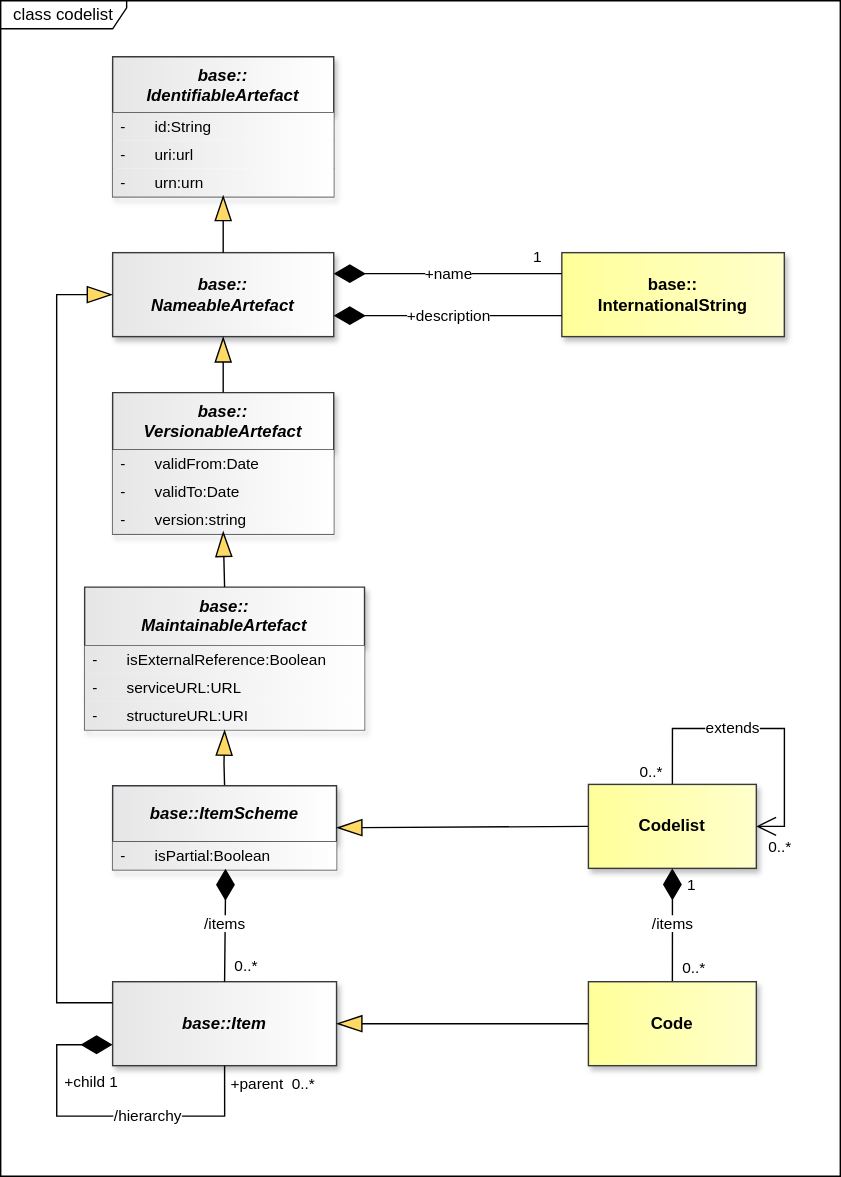
dosse/sdmx-im keeps this draw.io diagram as docs/information_model/media/sdmx_codelist-codelist.svg. Above is the earlier version. Source tidied: cells renumbered, new cells last; positions are measured from the earlier drawing's top-left corner, leaving out a move shared by most shapes.
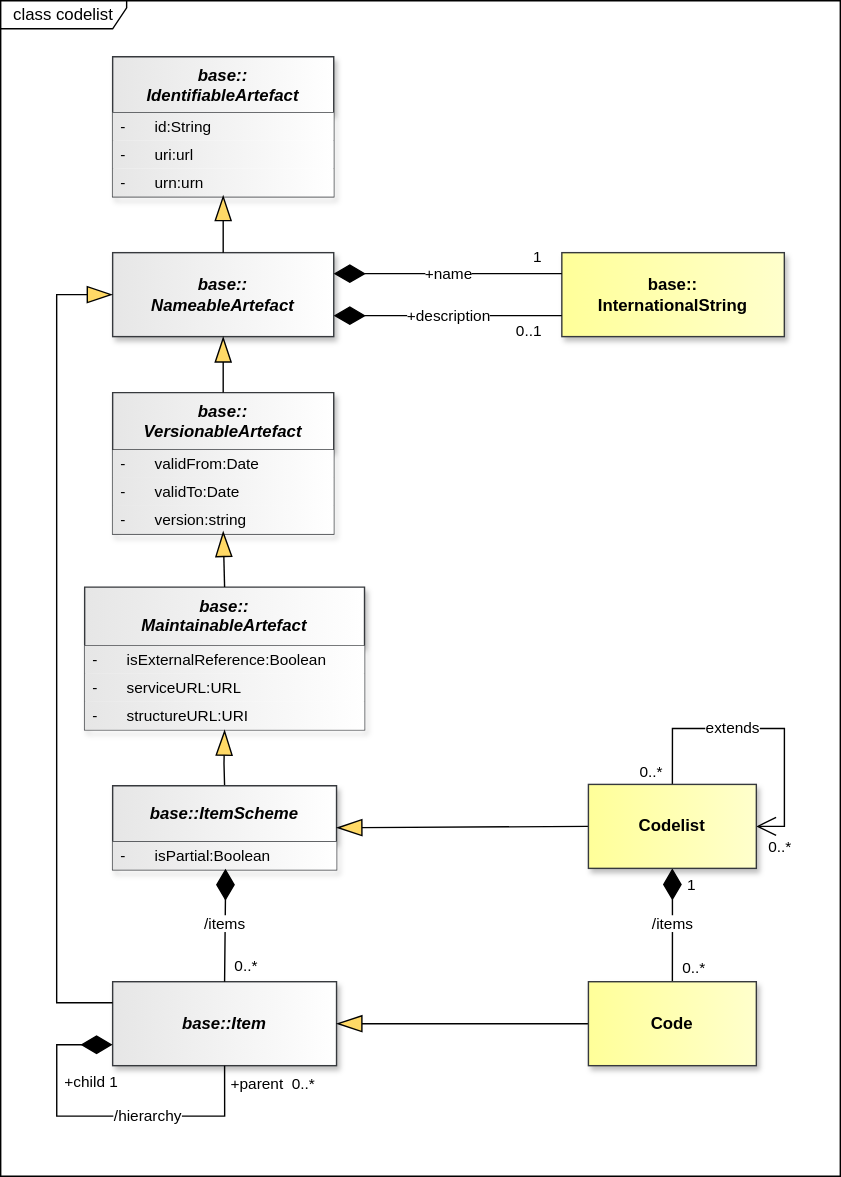
After the commit.

Commit message:
https://github.com/sdmx-twg/sdmx-im/issues/1

What changed in the source:
```diff
@@ -224,5 +224,8 @@
     <mxCell id="61" value="&lt;span&gt;&lt;span&gt;Codelist&lt;/span&gt;&lt;/span&gt;" style="whiteSpace=wrap;html=1;verticalAlign=middle;gradientDirection=east;imageVerticalAlign=top;fontStyle=1;fillColor=light-dark(#FFFF99,#FFFF99);strokeColor=#36393d;fontColor=light-dark(#000000,#000000);gradientColor=light-dark(#FFFFCC,#FFFFCC);shadow=1;" parent="1" vertex="1">
       <mxGeometry x="420" y="560" width="120" height="60" as="geometry" />
     </mxCell>
+    <mxCell id="62" value="0..1" style="edgeLabel;html=1;align=right;verticalAlign=top;labelBackgroundColor=none;fontColor=light-dark(#000000,#FFFFFF);" parent="1" vertex="1">
+      <mxGeometry x="387" y="223" as="geometry" />
+    </mxCell>
   </root>
 </mxGraphModel>
```
